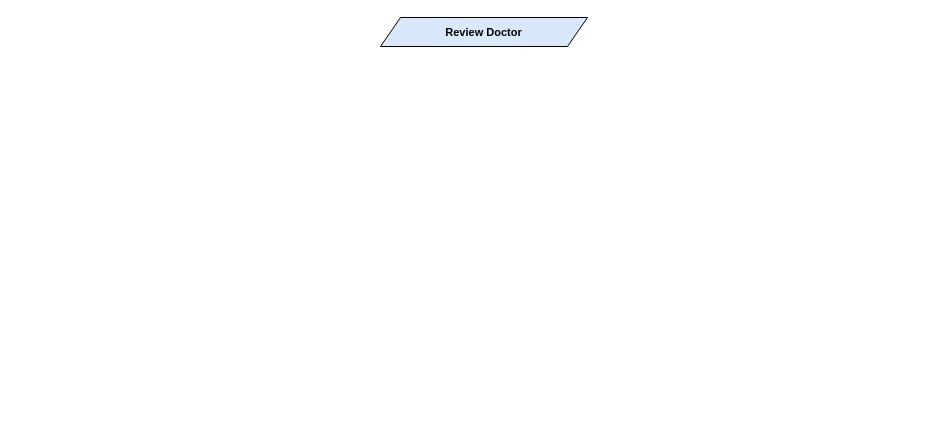
Before: Kaos/KAOS 13.drawio in RafaelCMira/myclinic-msp-project, a draw.io diagram. Source tidied: cells renumbered, new cells numbered last; positions are measured from the earlier drawing's top-left corner, leaving out a move shared by most shapes. Both pictures are drawn from the tidied source at 100%, with x=0, y=0 at pixel (380, 17).
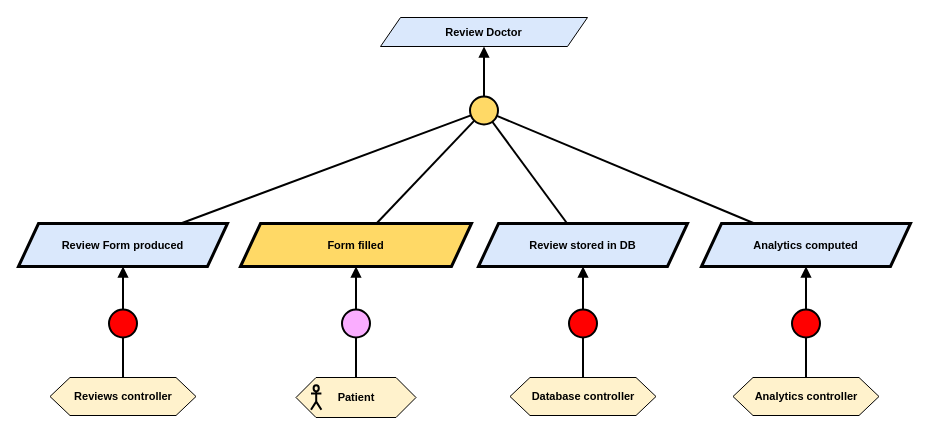
The same page after the edit.

Unchanged cells that the change refers to:
```xml
<mxCell id="2" value="&lt;b&gt;Review Doctor&lt;/b&gt;" style="shape=parallelogram;perimeter=parallelogramPerimeter;whiteSpace=wrap;html=1;fixedSize=1;fillColor=#dae8fc;strokeColor=#000000;fontFamily=Helvetica;fontSize=11;fontColor=default;labelBackgroundColor=none;" parent="1" vertex="1">
  <mxGeometry width="207" height="29" as="geometry" />
</mxCell>
```

Change to the diagram source:
```diff
@@
+    <mxCell id="3" style="ellipse;whiteSpace=wrap;html=1;fillColor=#FFD966;strokeWidth=2;" parent="1" vertex="1">
+      <mxGeometry x="89.5" y="79" width="28" height="28" as="geometry" />
+    </mxCell>
+    <mxCell id="4" style="endArrow=block;html=1;rounded=0;endFill=1;strokeWidth=2;" parent="1" edge="1" source="3" target="2">
+      <mxGeometry relative="1" as="geometry" />
+    </mxCell>
+    <mxCell id="5" style="endArrow=none;html=1;rounded=0;strokeWidth=2;" parent="1" edge="1" source="6" target="3">
+      <mxGeometry relative="1" as="geometry" />
+    </mxCell>
+    <mxCell id="6" value="&lt;b&gt;Review Form produced&lt;/b&gt;" style="shape=parallelogram;perimeter=parallelogramPerimeter;whiteSpace=wrap;html=1;fixedSize=1;fillColor=#dae8fc;strokeColor=#000000;strokeWidth=3;fontFamily=Helvetica;fontSize=11;fontColor=default;labelBackgroundColor=none;" parent="1" vertex="1">
+      <mxGeometry x="-362" y="206" width="209" height="43" as="geometry" />
+    </mxCell>
+    <mxCell id="7" value="&lt;b&gt;Review stored in DB&lt;/b&gt;" style="shape=parallelogram;perimeter=parallelogramPerimeter;whiteSpace=wrap;html=1;fixedSize=1;fillColor=#dae8fc;strokeColor=#000000;strokeWidth=3;fontFamily=Helvetica;fontSize=11;fontColor=default;labelBackgroundColor=none;" parent="1" vertex="1">
+      <mxGeometry x="98" y="206" width="209" height="43" as="geometry" />
+    </mxCell>
+    <mxCell id="8" value="&lt;b&gt;Form filled&lt;/b&gt;" style="shape=parallelogram;perimeter=parallelogramPerimeter;whiteSpace=wrap;html=1;fixedSize=1;fillColor=#FFD966;strokeColor=#000000;strokeWidth=3;fontFamily=Helvetica;fontSize=11;fontColor=default;labelBackgroundColor=none;" parent="1" vertex="1">
+      <mxGeometry x="-140" y="206" width="231" height="43" as="geometry" />
+    </mxCell>
+    <mxCell id="9" style="group;" parent="1" vertex="1">
+      <mxGeometry x="-84.5" y="360" width="120" height="40" as="geometry" />
+    </mxCell>
+    <mxCell id="10" value="&lt;div&gt;&lt;b&gt;Patient&lt;/b&gt;&lt;/div&gt;" style="shape=hexagon;perimeter=hexagonPerimeter2;whiteSpace=wrap;html=1;fixedSize=1;fillColor=#FFF2CC;fontFamily=Helvetica;fontSize=11;fontColor=default;labelBackgroundColor=none;" parent="9" vertex="1">
+      <mxGeometry width="120" height="40" as="geometry" />
+    </mxCell>
+    <mxCell id="11" style="shape=umlActor;verticalLabelPosition=bottom;verticalAlign=top;html=1;fillColor=none;strokeWidth=2;fontFamily=Helvetica;fontSize=11;fontColor=default;labelBackgroundColor=default;" parent="9" vertex="1">
+      <mxGeometry x="15" y="7.8" width="10.4" height="24.5" as="geometry" />
+    </mxCell>
+    <mxCell id="12" style="ellipse;whiteSpace=wrap;html=1;fillColor=#FAADFF;strokeWidth=2;fontFamily=Helvetica;fontSize=11;fontColor=default;labelBackgroundColor=default;" parent="1" vertex="1">
+      <mxGeometry x="-38.5" y="292" width="28" height="28" as="geometry" />
+    </mxCell>
+    <mxCell id="13" style="endArrow=block;html=1;rounded=0;endFill=1;strokeWidth=2;strokeColor=default;align=center;verticalAlign=middle;fontFamily=Helvetica;fontSize=11;fontColor=default;labelBackgroundColor=default;" parent="1" edge="1" source="12" target="8">
+      <mxGeometry relative="1" as="geometry" />
+    </mxCell>
+    <mxCell id="14" style="endArrow=none;html=1;rounded=0;strokeWidth=2;strokeColor=default;align=center;verticalAlign=middle;fontFamily=Helvetica;fontSize=11;fontColor=default;labelBackgroundColor=default;" parent="1" edge="1" source="10" target="12">
+      <mxGeometry relative="1" as="geometry" />
+    </mxCell>
+    <mxCell id="15" style="endArrow=none;html=1;rounded=0;strokeWidth=2;" parent="1" edge="1" source="7" target="3">
+      <mxGeometry relative="1" as="geometry" />
+    </mxCell>
+    <mxCell id="16" value="&lt;div&gt;&lt;b&gt;Database controller&lt;/b&gt;&lt;/div&gt;" style="shape=hexagon;perimeter=hexagonPerimeter2;whiteSpace=wrap;html=1;fixedSize=1;fillColor=#FFF2CC;fontFamily=Helvetica;fontSize=11;fontColor=default;labelBackgroundColor=none;" parent="1" vertex="1">
+      <mxGeometry x="129.5" y="360" width="146" height="38" as="geometry" />
+    </mxCell>
+    <mxCell id="17" style="ellipse;whiteSpace=wrap;html=1;fillColor=#FF0000;strokeWidth=2;" parent="1" vertex="1">
+      <mxGeometry x="188.5" y="292" width="28" height="28" as="geometry" />
+    </mxCell>
+    <mxCell id="18" style="endArrow=block;html=1;rounded=0;endFill=1;strokeWidth=2;" parent="1" edge="1" source="17" target="7">
+      <mxGeometry relative="1" as="geometry" />
+    </mxCell>
+    <mxCell id="19" style="endArrow=none;html=1;rounded=0;strokeWidth=2;" parent="1" edge="1" source="16" target="17">
+      <mxGeometry relative="1" as="geometry" />
+    </mxCell>
+    <mxCell id="20" value="&lt;b&gt;Analytics computed&lt;/b&gt;" style="shape=parallelogram;perimeter=parallelogramPerimeter;whiteSpace=wrap;html=1;fixedSize=1;fillColor=#dae8fc;strokeColor=#000000;strokeWidth=3;fontFamily=Helvetica;fontSize=11;fontColor=default;labelBackgroundColor=none;" parent="1" vertex="1">
+      <mxGeometry x="321" y="206" width="209" height="43" as="geometry" />
+    </mxCell>
+    <mxCell id="21" style="endArrow=none;html=1;rounded=0;strokeWidth=2;" parent="1" edge="1" source="8" target="3">
+      <mxGeometry relative="1" as="geometry" />
+    </mxCell>
+    <mxCell id="22" style="endArrow=none;html=1;rounded=0;strokeWidth=2;" parent="1" edge="1" source="20" target="3">
+      <mxGeometry relative="1" as="geometry" />
+    </mxCell>
+    <mxCell id="23" value="&lt;div&gt;&lt;b&gt;Analytics controller&lt;/b&gt;&lt;/div&gt;" style="shape=hexagon;perimeter=hexagonPerimeter2;whiteSpace=wrap;html=1;fixedSize=1;fillColor=#FFF2CC;fontFamily=Helvetica;fontSize=11;fontColor=default;labelBackgroundColor=none;" parent="1" vertex="1">
+      <mxGeometry x="352.5" y="360" width="146" height="38" as="geometry" />
+    </mxCell>
+    <mxCell id="24" style="ellipse;whiteSpace=wrap;html=1;fillColor=#FF0000;strokeWidth=2;" parent="1" vertex="1">
+      <mxGeometry x="411.5" y="292" width="28" height="28" as="geometry" />
+    </mxCell>
+    <mxCell id="25" style="endArrow=block;html=1;rounded=0;endFill=1;strokeWidth=2;" parent="1" edge="1" source="24" target="20">
+      <mxGeometry relative="1" as="geometry" />
+    </mxCell>
+    <mxCell id="26" style="endArrow=none;html=1;rounded=0;strokeWidth=2;" parent="1" edge="1" source="23" target="24">
+      <mxGeometry relative="1" as="geometry" />
+    </mxCell>
+    <mxCell id="27" value="&lt;div&gt;&lt;b&gt;Reviews controller&lt;/b&gt;&lt;/div&gt;" style="shape=hexagon;perimeter=hexagonPerimeter2;whiteSpace=wrap;html=1;fixedSize=1;fillColor=#FFF2CC;fontFamily=Helvetica;fontSize=11;fontColor=default;labelBackgroundColor=none;" parent="1" vertex="1">
+      <mxGeometry x="-330.5" y="360" width="146" height="38" as="geometry" />
+    </mxCell>
+    <mxCell id="28" style="ellipse;whiteSpace=wrap;html=1;fillColor=#FF0000;strokeWidth=2;" parent="1" vertex="1">
+      <mxGeometry x="-271.5" y="292" width="28" height="28" as="geometry" />
+    </mxCell>
+    <mxCell id="29" style="endArrow=block;html=1;rounded=0;endFill=1;strokeWidth=2;" parent="1" edge="1" source="28" target="6">
+      <mxGeometry relative="1" as="geometry" />
+    </mxCell>
+    <mxCell id="30" style="endArrow=none;html=1;rounded=0;strokeWidth=2;" parent="1" edge="1" source="27" target="28">
+      <mxGeometry relative="1" as="geometry" />
+    </mxCell>
```
